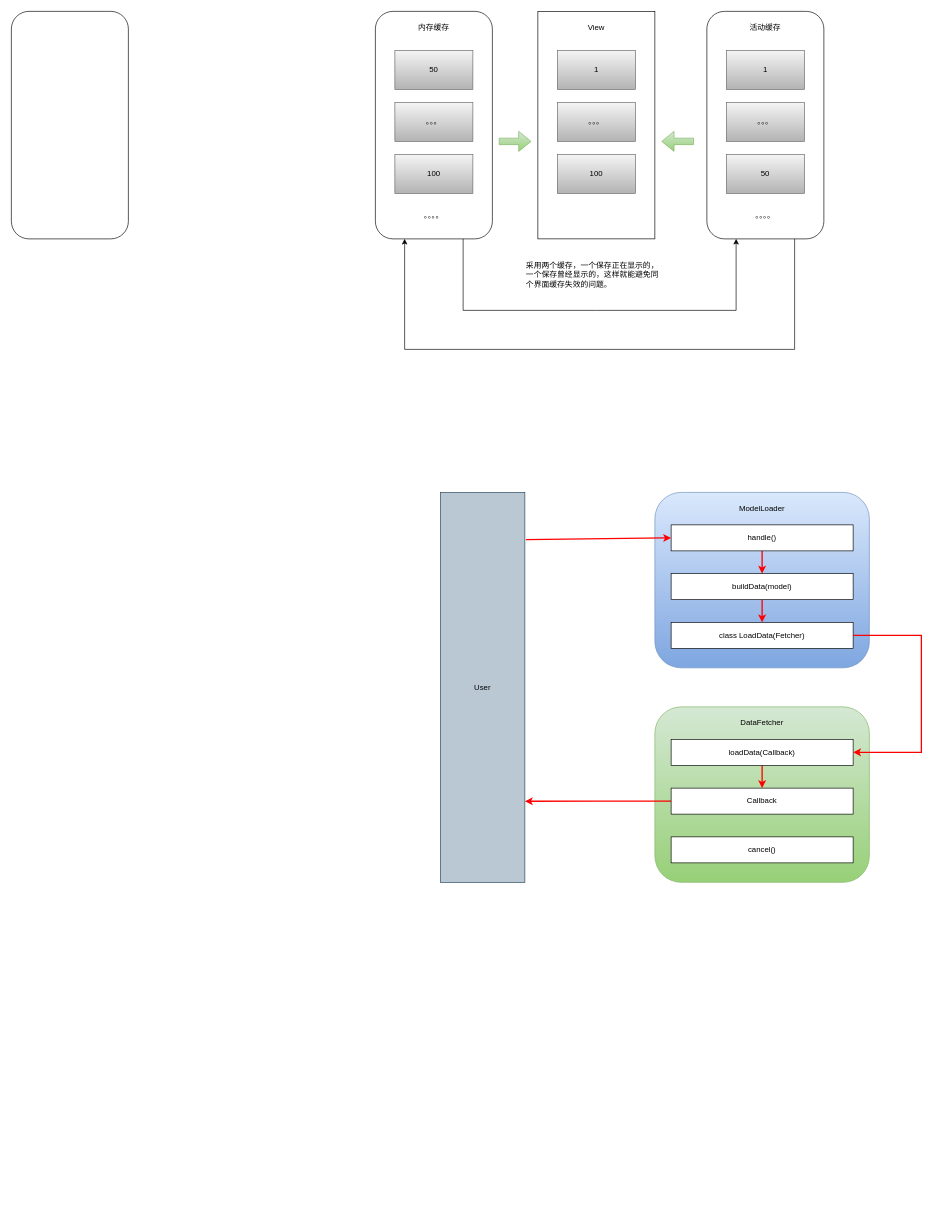
This is draw_io_dir/Glide.drawio from LongerLonge/jormun_drawio_repo, a draw.io file, before an edit. Source tidied: cells renumbered, new cells numbered last; positions are measured from the earlier drawing's top-left corner, leaving out a move shared by most shapes. Both pictures are drawn from the tidied source at 65%, with x=0, y=0 at pixel (11, 11).
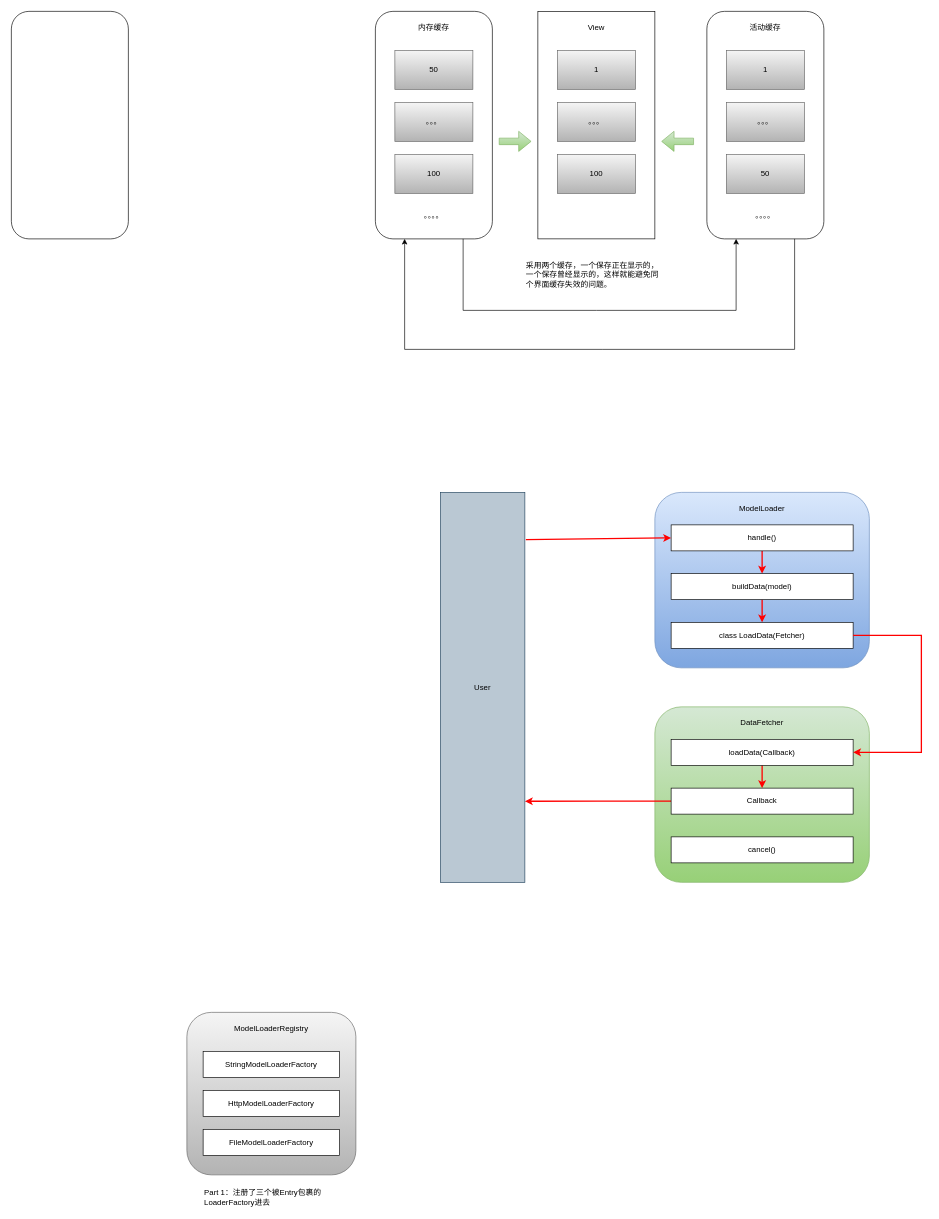
After the change.

Diff of the diagram source:
```diff
@@
+    <mxCell id="42" style="rounded=1;whiteSpace=wrap;html=1;fillColor=#f5f5f5;strokeColor=#666666;gradientColor=#b3b3b3;" parent="1" vertex="1">
+      <mxGeometry x="270" y="1540" width="260" height="250" as="geometry" />
+    </mxCell>
+    <mxCell id="43" value="StringModelLoaderFactory" style="rounded=0;whiteSpace=wrap;html=1;" parent="1" vertex="1">
+      <mxGeometry x="295" y="1600" width="210" height="40" as="geometry" />
+    </mxCell>
+    <mxCell id="44" value="HttpModelLoaderFactory" style="rounded=0;whiteSpace=wrap;html=1;" parent="1" vertex="1">
+      <mxGeometry x="295" y="1660" width="210" height="40" as="geometry" />
+    </mxCell>
+    <mxCell id="45" value="FileModelLoaderFactory" style="rounded=0;whiteSpace=wrap;html=1;" parent="1" vertex="1">
+      <mxGeometry x="295" y="1720" width="210" height="40" as="geometry" />
+    </mxCell>
+    <mxCell id="46" value="&lt;font color=&quot;#000000&quot;&gt;ModelLoaderRegistry&lt;/font&gt;" style="text;html=1;strokeColor=none;fillColor=none;align=center;verticalAlign=middle;whiteSpace=wrap;rounded=0;" parent="1" vertex="1">
+      <mxGeometry x="370" y="1550" width="60" height="30" as="geometry" />
+    </mxCell>
+    <mxCell id="47" value="Part 1：注册了三个被Entry包裹的LoaderFactory进去" style="text;html=1;strokeColor=none;fillColor=none;align=left;verticalAlign=middle;whiteSpace=wrap;rounded=0;" parent="1" vertex="1">
+      <mxGeometry x="295" y="1810" width="220" height="30" as="geometry" />
+    </mxCell>
```
